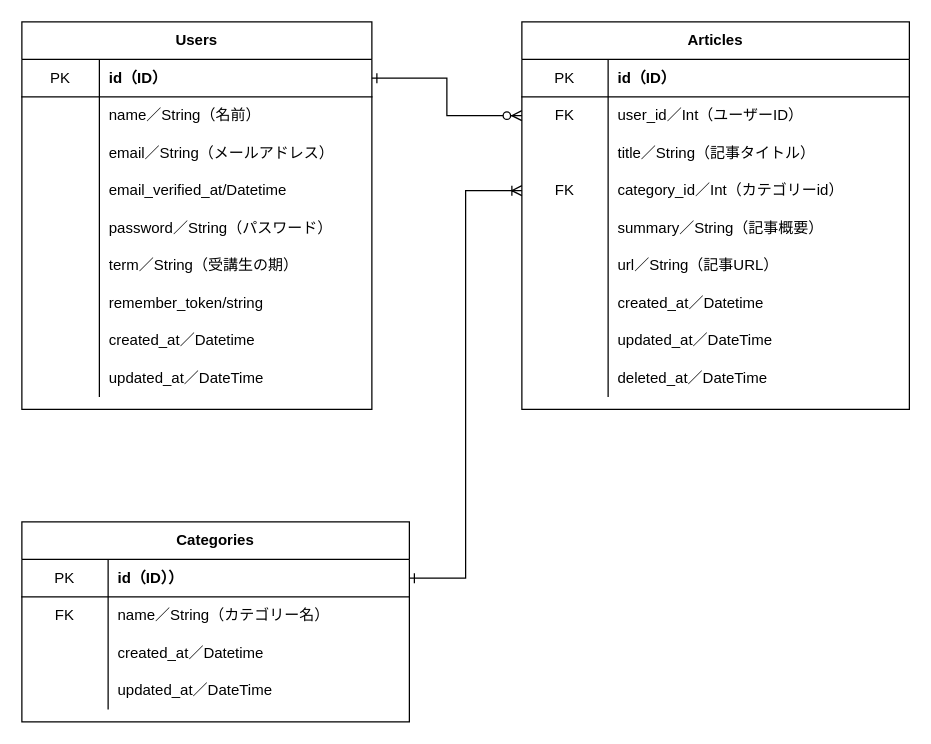
shimotaroo/Yanbaru-Qiita-App keeps this draw.io diagram as development-document/ER図.drawio. Above is the earlier version. Source tidied: cells renumbered, new cells numbered last; positions are measured from the earlier drawing's top-left corner, leaving out a move shared by most shapes. Both pictures are drawn from the tidied source at 125%, with x=0, y=0 at pixel (21, 21).
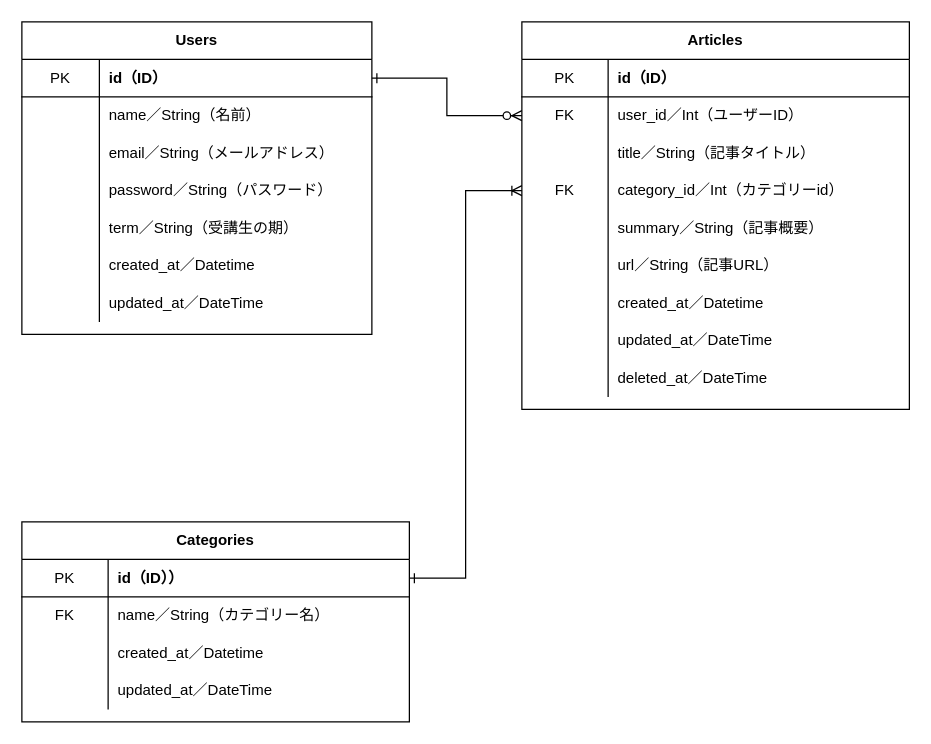
Above is the later version.

Change to the diagram source:
```diff
@@
     <mxCell id="2" value="Users" style="shape=table;html=1;whiteSpace=wrap;startSize=30;childLayout=tableLayout;rowLines=0;fontStyle=1;align=center;" parent="1" vertex="1">
-      <mxGeometry width="280" height="310" as="geometry" />
+      <mxGeometry width="280" height="250" as="geometry" />
     </mxCell>
@@
-    <mxCell id="12" style="shape=partialRectangle;html=1;whiteSpace=wrap;fillColor=none;top=0;left=0;bottom=0;right=0;" parent="2" vertex="1">
-      <mxGeometry y="120" width="280" height="30" as="geometry" />
-    </mxCell>
-    <mxCell id="13" style="shape=partialRectangle;html=1;whiteSpace=wrap;fillColor=none;top=0;left=0;bottom=0;right=0;overflow=hidden;" parent="12" vertex="1">
-      <mxGeometry width="62" height="30" as="geometry" />
-    </mxCell>
-    <mxCell id="14" value="email_verified_at/Datetime" style="shape=partialRectangle;html=1;whiteSpace=wrap;fillColor=none;top=0;left=0;bottom=0;right=0;align=left;spacingLeft=6;overflow=hidden;" parent="12" vertex="1">
-      <mxGeometry x="62" width="218" height="30" as="geometry" />
-    </mxCell>
     <mxCell id="15" style="shape=partialRectangle;html=1;whiteSpace=wrap;fillColor=none;top=0;left=0;bottom=0;right=0;" parent="2" vertex="1">
-      <mxGeometry y="150" width="280" height="30" as="geometry" />
+      <mxGeometry y="120" width="280" height="30" as="geometry" />
     </mxCell>
@@
     <mxCell id="18" style="shape=partialRectangle;html=1;whiteSpace=wrap;fillColor=none;top=0;left=0;bottom=0;right=0;" parent="2" vertex="1">
-      <mxGeometry y="180" width="280" height="30" as="geometry" />
+      <mxGeometry y="150" width="280" height="30" as="geometry" />
     </mxCell>
@@
-    <mxCell id="21" style="shape=partialRectangle;html=1;whiteSpace=wrap;fillColor=none;top=0;left=0;bottom=0;right=0;" parent="2" vertex="1">
-      <mxGeometry y="210" width="280" height="30" as="geometry" />
-    </mxCell>
-    <mxCell id="22" style="shape=partialRectangle;html=1;whiteSpace=wrap;fillColor=none;top=0;left=0;bottom=0;right=0;overflow=hidden;" parent="21" vertex="1">
-      <mxGeometry width="62" height="30" as="geometry" />
-    </mxCell>
-    <mxCell id="23" value="remember_token/string" style="shape=partialRectangle;html=1;whiteSpace=wrap;fillColor=none;top=0;left=0;bottom=0;right=0;align=left;spacingLeft=6;overflow=hidden;" parent="21" vertex="1">
-      <mxGeometry x="62" width="218" height="30" as="geometry" />
-    </mxCell>
     <mxCell id="24" style="shape=partialRectangle;html=1;whiteSpace=wrap;fillColor=none;top=0;left=0;bottom=0;right=0;" parent="2" vertex="1">
-      <mxGeometry y="240" width="280" height="30" as="geometry" />
+      <mxGeometry y="180" width="280" height="30" as="geometry" />
     </mxCell>
@@
     <mxCell id="27" style="shape=partialRectangle;html=1;whiteSpace=wrap;fillColor=none;top=0;left=0;bottom=0;right=0;" parent="2" vertex="1">
-      <mxGeometry y="270" width="280" height="30" as="geometry" />
+      <mxGeometry y="210" width="280" height="30" as="geometry" />
     </mxCell>
```
